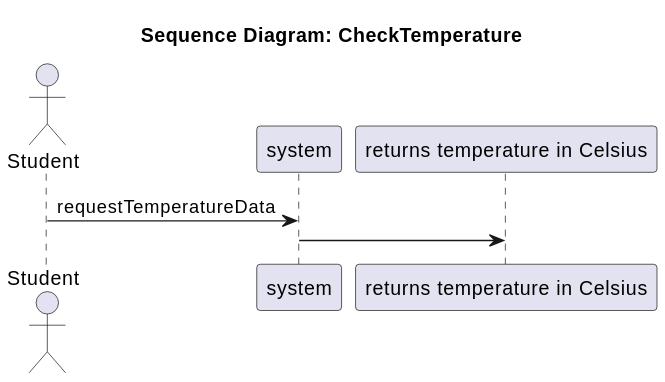
Earlier version of the PlantUML export Documentation/Analysis/ssds/StudyHelper_CheckTemperature.ssd.svg (SEP4Real/SEP4).
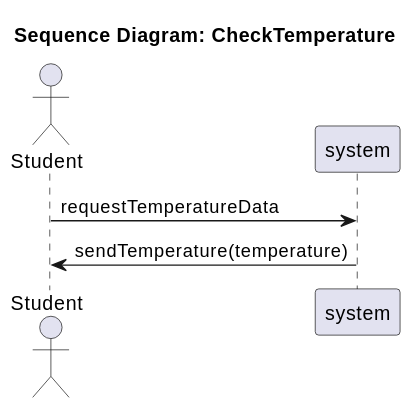
The same diagram one commit later.

Diff of the diagram source:
```diff
@@ -2,8 +2,7 @@
 title Sequence Diagram: CheckTemperature
 actor "Student" as Actor
 participant "system" as System
-participant "returns temperature in Celsius" as returns_temperature_in_Celsius
 
 Actor -> System : requestTemperatureData
-System -> returns_temperature_in_Celsius :
+System -> Actor : sendTemperature(temperature)
 @enduml
```
